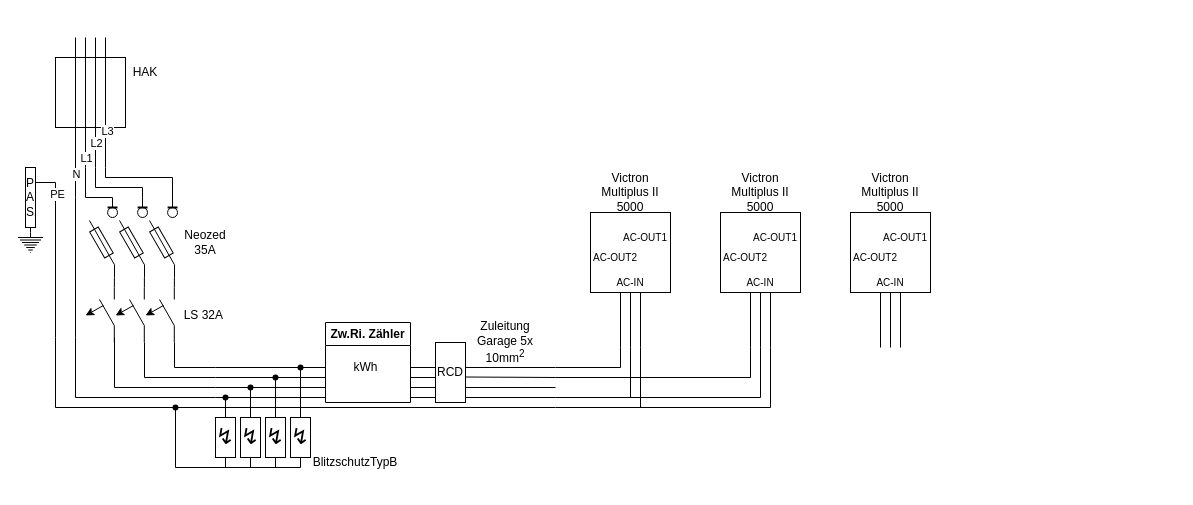
Before: PV_Schaltplan.drawio in Lostqw1/Funfun, a draw.io diagram. Source tidied: cells renumbered, new cells numbered last; positions are measured from the earlier drawing's top-left corner, leaving out a move shared by most shapes. Both pictures are drawn from the tidied source at 100%, with x=0, y=0 at pixel (17, 37).
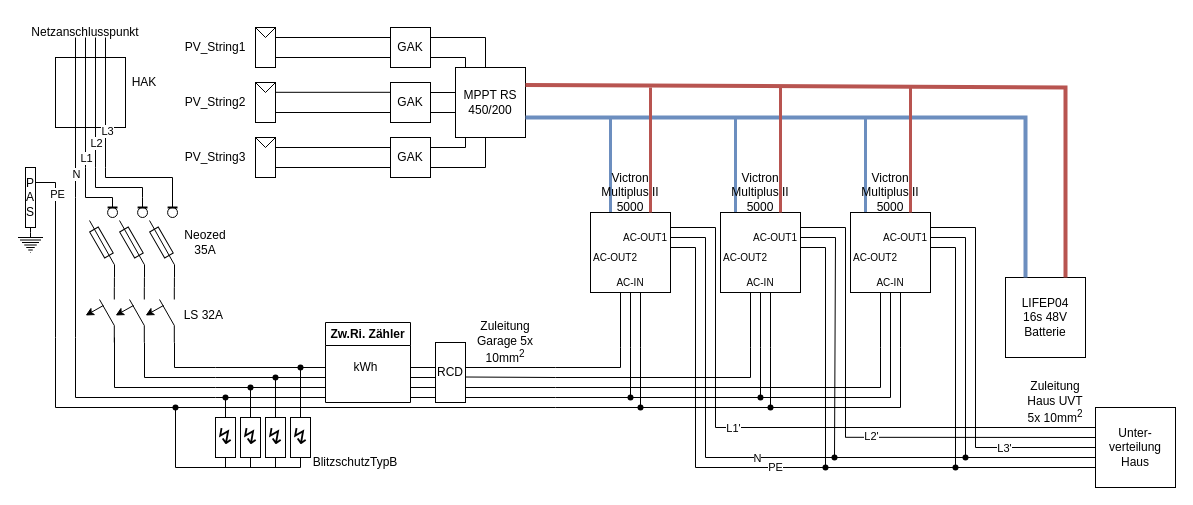
The same page after the edit.

Unchanged cells that the change refers to:
```xml
<mxCell id="116" style="whiteSpace=wrap;html=1;" parent="115" vertex="1">
  <mxGeometry x="5" y="35" width="80" height="80" as="geometry" />
</mxCell>
<mxCell id="135" style="group;" parent="134" vertex="1">
  <mxGeometry width="90" height="120" as="geometry" />
</mxCell>
<mxCell id="136" style="whiteSpace=wrap;html=1;" parent="135" vertex="1">
  <mxGeometry x="5" y="35" width="80" height="80" as="geometry" />
</mxCell>
```

Change to the diagram source:
```diff
@@
     <mxCell id="11" value="HAK" style="text;html=1;strokeColor=none;fillColor=none;align=center;verticalAlign=middle;whiteSpace=wrap;rounded=0;" parent="1" vertex="1">
-      <mxGeometry x="98" y="20" width="60" height="30" as="geometry" />
+      <mxGeometry x="97" y="30" width="60" height="30" as="geometry" />
     </mxCell>
@@
+    <mxCell id="144" style="endArrow=none;html=1;rounded=0;startArrow=none;" parent="1" edge="1" source="150">
+      <mxGeometry relative="1" as="geometry">
+        <mxPoint x="743" y="310" as="targetPoint" />
+        <Array as="points">
+          <mxPoint x="743" y="360" />
+        </Array>
+      </mxGeometry>
+    </mxCell>
+    <mxCell id="145" style="endArrow=none;html=1;rounded=0;" parent="1" edge="1">
+      <mxGeometry relative="1" as="geometry">
+        <mxPoint x="618" y="370" as="sourcePoint" />
+        <mxPoint x="753" y="310" as="targetPoint" />
+        <Array as="points">
+          <mxPoint x="753" y="370" />
+        </Array>
+      </mxGeometry>
+    </mxCell>
+    <mxCell id="146" style="endArrow=none;html=1;rounded=0;" parent="1" edge="1">
+      <mxGeometry relative="1" as="geometry">
+        <mxPoint x="538" y="350" as="sourcePoint" />
+        <mxPoint x="863" y="310" as="targetPoint" />
+        <Array as="points">
+          <mxPoint x="863" y="350" />
+        </Array>
+      </mxGeometry>
+    </mxCell>
+    <mxCell id="147" style="endArrow=none;html=1;rounded=0;startArrow=none;" parent="1" edge="1" source="153">
+      <mxGeometry relative="1" as="geometry">
+        <mxPoint x="873" y="300" as="targetPoint" />
+        <Array as="points">
+          <mxPoint x="873" y="360" />
+        </Array>
+      </mxGeometry>
+    </mxCell>
+    <mxCell id="148" style="endArrow=none;html=1;rounded=0;" parent="1" edge="1">
+      <mxGeometry relative="1" as="geometry">
+        <mxPoint x="748" y="370" as="sourcePoint" />
+        <mxPoint x="883" y="310" as="targetPoint" />
+        <Array as="points">
+          <mxPoint x="883" y="370" />
+        </Array>
+      </mxGeometry>
+    </mxCell>
+    <mxCell id="149" style="endArrow=none;html=1;rounded=0;" parent="1" edge="1" target="150">
+      <mxGeometry relative="1" as="geometry">
+        <mxPoint x="608" y="360" as="sourcePoint" />
+      </mxGeometry>
+    </mxCell>
+    <mxCell id="150" style="shape=waypoint;sketch=0;fillStyle=solid;size=6;points=[];fillColor=none;perimeter=centerPerimeter;snapToPoint=1;" parent="1" vertex="1">
+      <mxGeometry x="603" y="350" width="20" height="20" as="geometry" />
+    </mxCell>
+    <mxCell id="151" style="shape=waypoint;sketch=0;fillStyle=solid;size=6;fillColor=none;perimeter=centerPerimeter;" parent="1" vertex="1">
+      <mxGeometry x="613" y="360" width="20" height="20" as="geometry" />
+    </mxCell>
+    <mxCell id="152" style="endArrow=none;html=1;rounded=0;" parent="1" edge="1" target="153">
+      <mxGeometry relative="1" as="geometry">
+        <mxPoint x="738" y="360" as="sourcePoint" />
+      </mxGeometry>
+    </mxCell>
+    <mxCell id="153" style="shape=waypoint;sketch=0;fillStyle=solid;size=6;points=[];fillColor=none;perimeter=centerPerimeter;snapToPoint=1;" parent="1" vertex="1">
+      <mxGeometry x="733" y="350" width="20" height="20" as="geometry" />
+    </mxCell>
+    <mxCell id="154" style="shape=waypoint;sketch=0;fillStyle=solid;size=6;fillColor=none;perimeter=centerPerimeter;" parent="1" vertex="1">
+      <mxGeometry x="743" y="360" width="20" height="20" as="geometry" />
+    </mxCell>
+    <mxCell id="155" style="endArrow=none;html=1;rounded=0;" parent="1" edge="1">
+      <mxGeometry relative="1" as="geometry">
+        <mxPoint x="653" y="190" as="sourcePoint" />
+        <mxPoint x="698" y="390" as="targetPoint" />
+        <Array as="points">
+          <mxPoint x="698" y="190" />
+        </Array>
+      </mxGeometry>
+    </mxCell>
+    <mxCell id="156" style="endArrow=none;html=1;rounded=0;" parent="1" edge="1">
+      <mxGeometry relative="1" as="geometry">
+        <mxPoint x="653" y="200" as="sourcePoint" />
+        <mxPoint x="688" y="420" as="targetPoint" />
+        <Array as="points">
+          <mxPoint x="688" y="200" />
+        </Array>
+      </mxGeometry>
+    </mxCell>
+    <mxCell id="157" style="endArrow=none;html=1;rounded=0;" parent="1" edge="1">
+      <mxGeometry relative="1" as="geometry">
+        <mxPoint x="653" y="210" as="sourcePoint" />
+        <mxPoint x="678" y="430" as="targetPoint" />
+        <Array as="points">
+          <mxPoint x="678" y="210" />
+        </Array>
+      </mxGeometry>
+    </mxCell>
+    <mxCell id="158" style="endArrow=none;html=1;rounded=0;" parent="1" edge="1">
+      <mxGeometry relative="1" as="geometry">
+        <mxPoint x="783" y="190" as="sourcePoint" />
+        <mxPoint x="828" y="400" as="targetPoint" />
+        <Array as="points">
+          <mxPoint x="828" y="190" />
+        </Array>
+      </mxGeometry>
+    </mxCell>
+    <mxCell id="159" style="endArrow=none;html=1;rounded=0;" parent="1" edge="1">
+      <mxGeometry relative="1" as="geometry">
+        <mxPoint x="783" y="200" as="sourcePoint" />
+        <mxPoint x="817" y="420" as="targetPoint" />
+        <Array as="points">
+          <mxPoint x="818" y="200" />
+        </Array>
+      </mxGeometry>
+    </mxCell>
+    <mxCell id="160" style="endArrow=none;html=1;rounded=0;" parent="1" edge="1">
+      <mxGeometry relative="1" as="geometry">
+        <mxPoint x="783" y="210" as="sourcePoint" />
+        <mxPoint x="808" y="430" as="targetPoint" />
+        <Array as="points">
+          <mxPoint x="808" y="210" />
+        </Array>
+      </mxGeometry>
+    </mxCell>
+    <mxCell id="161" style="endArrow=none;html=1;rounded=0;" parent="1" edge="1">
+      <mxGeometry relative="1" as="geometry">
+        <mxPoint x="913" y="210" as="sourcePoint" />
+        <mxPoint x="938" y="430" as="targetPoint" />
+        <Array as="points">
+          <mxPoint x="938" y="210" />
+        </Array>
+      </mxGeometry>
+    </mxCell>
+    <mxCell id="162" style="endArrow=none;html=1;rounded=0;" parent="1" edge="1">
+      <mxGeometry relative="1" as="geometry">
+        <mxPoint x="913" y="200" as="sourcePoint" />
+        <mxPoint x="948" y="420" as="targetPoint" />
+        <Array as="points">
+          <mxPoint x="948" y="200" />
+        </Array>
+      </mxGeometry>
+    </mxCell>
+    <mxCell id="163" style="endArrow=none;html=1;rounded=0;" parent="1" edge="1">
+      <mxGeometry relative="1" as="geometry">
+        <mxPoint x="913" y="190" as="sourcePoint" />
+        <mxPoint x="958" y="410" as="targetPoint" />
+        <Array as="points">
+          <mxPoint x="958" y="190" />
+        </Array>
+      </mxGeometry>
+    </mxCell>
+    <mxCell id="164" style="endArrow=none;html=1;rounded=0;" parent="1" edge="1">
+      <mxGeometry relative="1" as="geometry">
+        <mxPoint x="1078" y="390" as="sourcePoint" />
+        <mxPoint x="698" y="390" as="targetPoint" />
+      </mxGeometry>
+    </mxCell>
+    <mxCell id="165" value="L1'" style="edgeLabel;html=1;align=center;verticalAlign=middle;" parent="164" vertex="1">
+      <mxGeometry x="0.91" relative="1" as="geometry" />
+    </mxCell>
+    <mxCell id="166" style="endArrow=none;html=1;rounded=0;" parent="1" edge="1">
+      <mxGeometry relative="1" as="geometry">
+        <mxPoint x="1078" y="400" as="sourcePoint" />
+        <mxPoint x="828" y="399.8" as="targetPoint" />
+      </mxGeometry>
+    </mxCell>
+    <mxCell id="167" value="L2'" style="edgeLabel;html=1;align=center;verticalAlign=middle;" parent="166" vertex="1">
+      <mxGeometry x="0.8" y="-1" relative="1" as="geometry" />
+    </mxCell>
+    <mxCell id="168" style="endArrow=none;html=1;rounded=0;" parent="1" edge="1">
+      <mxGeometry relative="1" as="geometry">
+        <mxPoint x="1078" y="410" as="sourcePoint" />
+        <mxPoint x="958" y="410" as="targetPoint" />
+      </mxGeometry>
+    </mxCell>
+    <mxCell id="169" value="L3'" style="edgeLabel;html=1;align=center;verticalAlign=middle;" parent="168" vertex="1">
+      <mxGeometry x="0.53" relative="1" as="geometry" />
+    </mxCell>
+    <mxCell id="170" style="endArrow=none;html=1;rounded=0;" parent="1" edge="1">
+      <mxGeometry relative="1" as="geometry">
+        <mxPoint x="1078" y="420" as="sourcePoint" />
+        <mxPoint x="688" y="420" as="targetPoint" />
+      </mxGeometry>
+    </mxCell>
+    <mxCell id="171" value="N" style="edgeLabel;html=1;align=center;verticalAlign=middle;" parent="170" vertex="1">
+      <mxGeometry x="0.74" relative="1" as="geometry" />
+    </mxCell>
+    <mxCell id="172" style="endArrow=none;html=1;rounded=0;startArrow=none;" parent="1" edge="1" source="177">
+      <mxGeometry relative="1" as="geometry">
+        <mxPoint x="678" y="430" as="targetPoint" />
+      </mxGeometry>
+    </mxCell>
+    <mxCell id="173" value="PE" style="edgeLabel;html=1;align=center;verticalAlign=middle;" parent="172" vertex="1">
+      <mxGeometry x="0.39" y="-1" relative="1" as="geometry" />
+    </mxCell>
+    <mxCell id="174" style="shape=waypoint;sketch=0;fillStyle=solid;size=6;fillColor=none;perimeter=centerPerimeter;" parent="1" vertex="1">
+      <mxGeometry x="798" y="420" width="20" height="20" as="geometry" />
+    </mxCell>
+    <mxCell id="175" style="shape=waypoint;sketch=0;fillStyle=solid;size=6;fillColor=none;perimeter=centerPerimeter;" parent="1" vertex="1">
+      <mxGeometry x="807" y="410" width="20" height="20" as="geometry" />
+    </mxCell>
+    <mxCell id="176" style="endArrow=none;html=1;rounded=0;" parent="1" edge="1" target="177">
+      <mxGeometry relative="1" as="geometry">
+        <mxPoint x="1078" y="430" as="sourcePoint" />
+      </mxGeometry>
+    </mxCell>
+    <mxCell id="177" style="shape=waypoint;sketch=0;fillStyle=solid;size=6;points=[];fillColor=none;perimeter=centerPerimeter;snapToPoint=1;" parent="1" vertex="1">
+      <mxGeometry x="928" y="420" width="20" height="20" as="geometry" />
+    </mxCell>
+    <mxCell id="178" style="shape=waypoint;sketch=0;fillStyle=solid;size=6;fillColor=none;perimeter=centerPerimeter;" parent="1" vertex="1">
+      <mxGeometry x="938" y="410" width="20" height="20" as="geometry" />
+    </mxCell>
+    <mxCell id="179" value="Zuleitung&lt;br&gt;Haus UVT 5x 10mm&lt;sup&gt;2&lt;/sup&gt;" style="text;html=1;strokeColor=none;fillColor=none;align=center;verticalAlign=middle;whiteSpace=wrap;rounded=0;" parent="1" vertex="1">
+      <mxGeometry x="1008" y="350" width="60" height="30" as="geometry" />
+    </mxCell>
+    <mxCell id="180" value="LIFEP04&lt;br&gt;16s 48V&lt;br&gt;Batterie" style="whiteSpace=wrap;html=1;" parent="1" vertex="1">
+      <mxGeometry x="988" y="240" width="80" height="80" as="geometry" />
+    </mxCell>
+    <mxCell id="181" value="GAK" style="whiteSpace=wrap;html=1;" parent="1" vertex="1">
+      <mxGeometry x="373" y="-10" width="40" height="40" as="geometry" />
+    </mxCell>
+    <mxCell id="182" value="GAK" style="whiteSpace=wrap;html=1;" parent="1" vertex="1">
+      <mxGeometry x="373" y="100" width="40" height="40" as="geometry" />
+    </mxCell>
+    <mxCell id="183" value="GAK" style="whiteSpace=wrap;html=1;" parent="1" vertex="1">
+      <mxGeometry x="373" y="45" width="40" height="40" as="geometry" />
+    </mxCell>
+    <mxCell id="184" value="MPPT RS 450/200" style="whiteSpace=wrap;html=1;" parent="1" vertex="1">
+      <mxGeometry x="438" y="30" width="70" height="70" as="geometry" />
+    </mxCell>
+    <mxCell id="185" style="endArrow=none;html=1;rounded=0;exitX=1;exitY=0.25;exitDx=0;exitDy=0;" parent="1" edge="1" source="183">
+      <mxGeometry relative="1" as="geometry">
+        <mxPoint x="438" y="55" as="targetPoint" />
+      </mxGeometry>
+    </mxCell>
+    <mxCell id="186" style="endArrow=none;html=1;rounded=0;exitX=1;exitY=0.75;exitDx=0;exitDy=0;" parent="1" edge="1" source="183">
+      <mxGeometry relative="1" as="geometry">
+        <mxPoint x="438" y="75" as="targetPoint" />
+      </mxGeometry>
+    </mxCell>
+    <mxCell id="187" style="endArrow=none;html=1;rounded=0;entryX=1;entryY=0.25;entryDx=0;entryDy=0;" parent="1" edge="1" target="182">
+      <mxGeometry relative="1" as="geometry">
+        <mxPoint x="448" y="100" as="sourcePoint" />
+        <Array as="points">
+          <mxPoint x="448" y="110" />
+        </Array>
+      </mxGeometry>
+    </mxCell>
+    <mxCell id="188" style="endArrow=none;html=1;rounded=0;entryX=1;entryY=0.25;entryDx=0;entryDy=0;" parent="1" edge="1">
+      <mxGeometry relative="1" as="geometry">
+        <mxPoint x="468" y="100" as="sourcePoint" />
+        <mxPoint x="413" y="130" as="targetPoint" />
+        <Array as="points">
+          <mxPoint x="468" y="130" />
+        </Array>
+      </mxGeometry>
+    </mxCell>
+    <mxCell id="189" style="endArrow=none;html=1;rounded=0;entryX=1;entryY=0.25;entryDx=0;entryDy=0;" parent="1" edge="1">
+      <mxGeometry relative="1" as="geometry">
+        <mxPoint x="468" y="30" as="sourcePoint" />
+        <mxPoint x="413" as="targetPoint" />
+        <Array as="points">
+          <mxPoint x="468" />
+        </Array>
+      </mxGeometry>
+    </mxCell>
+    <mxCell id="190" style="endArrow=none;html=1;rounded=0;entryX=1;entryY=0.25;entryDx=0;entryDy=0;exitX=0.143;exitY=0;exitDx=0;exitDy=0;exitPerimeter=0;" parent="1" edge="1" source="184">
+      <mxGeometry relative="1" as="geometry">
+        <mxPoint x="413" y="20" as="targetPoint" />
+        <Array as="points">
+          <mxPoint x="448" y="20" />
+        </Array>
+      </mxGeometry>
+    </mxCell>
+    <mxCell id="191" style="group;" parent="1" vertex="1">
+      <mxGeometry x="238" y="-10" width="20" height="40" as="geometry" />
+    </mxCell>
+    <mxCell id="192" style="rounded=0;whiteSpace=wrap;html=1;" parent="191" vertex="1">
+      <mxGeometry width="20" height="40" as="geometry" />
+    </mxCell>
+    <mxCell id="193" style="endArrow=none;html=1;rounded=0;entryX=0;entryY=0;entryDx=0;entryDy=0;" parent="191" edge="1" target="192">
+      <mxGeometry relative="1" as="geometry">
+        <mxPoint x="20" as="sourcePoint" />
+        <Array as="points">
+          <mxPoint x="10" y="10" />
+        </Array>
+      </mxGeometry>
+    </mxCell>
+    <mxCell id="194" style="group;" parent="1" vertex="1">
+      <mxGeometry x="238" y="45" width="20" height="40" as="geometry" />
+    </mxCell>
+    <mxCell id="195" style="rounded=0;whiteSpace=wrap;html=1;" parent="194" vertex="1">
+      <mxGeometry width="20" height="40" as="geometry" />
+    </mxCell>
+    <mxCell id="196" style="endArrow=none;html=1;rounded=0;entryX=0;entryY=0;entryDx=0;entryDy=0;" parent="194" edge="1" target="195">
+      <mxGeometry relative="1" as="geometry">
+        <mxPoint x="20" as="sourcePoint" />
+        <Array as="points">
+          <mxPoint x="10" y="10" />
+        </Array>
+      </mxGeometry>
+    </mxCell>
+    <mxCell id="197" style="group;" parent="1" vertex="1">
+      <mxGeometry x="238" y="100" width="20" height="40" as="geometry" />
+    </mxCell>
+    <mxCell id="198" style="rounded=0;whiteSpace=wrap;html=1;" parent="197" vertex="1">
+      <mxGeometry width="20" height="40" as="geometry" />
+    </mxCell>
+    <mxCell id="199" style="endArrow=none;html=1;rounded=0;entryX=0;entryY=0;entryDx=0;entryDy=0;" parent="197" edge="1" target="198">
+      <mxGeometry relative="1" as="geometry">
+        <mxPoint x="20" as="sourcePoint" />
+        <Array as="points">
+          <mxPoint x="10" y="10" />
+        </Array>
+      </mxGeometry>
+    </mxCell>
+    <mxCell id="200" style="endArrow=none;html=1;rounded=0;exitX=1;exitY=0.25;exitDx=0;exitDy=0;entryX=0;entryY=0.25;entryDx=0;entryDy=0;" parent="1" edge="1" source="198" target="182">
+      <mxGeometry relative="1" as="geometry" />
+    </mxCell>
+    <mxCell id="201" style="endArrow=none;html=1;rounded=0;exitX=1;exitY=0.25;exitDx=0;exitDy=0;entryX=0;entryY=0.25;entryDx=0;entryDy=0;" parent="1" edge="1">
+      <mxGeometry relative="1" as="geometry">
+        <mxPoint x="258" y="130" as="sourcePoint" />
+        <mxPoint x="373" y="130" as="targetPoint" />
+      </mxGeometry>
+    </mxCell>
+    <mxCell id="202" style="endArrow=none;html=1;rounded=0;exitX=1;exitY=0.25;exitDx=0;exitDy=0;entryX=0;entryY=0.25;entryDx=0;entryDy=0;" parent="1" edge="1">
+      <mxGeometry relative="1" as="geometry">
+        <mxPoint x="258" y="75" as="sourcePoint" />
+        <mxPoint x="373" y="75" as="targetPoint" />
+      </mxGeometry>
+    </mxCell>
+    <mxCell id="203" style="endArrow=none;html=1;rounded=0;exitX=1;exitY=0.25;exitDx=0;exitDy=0;entryX=0;entryY=0.25;entryDx=0;entryDy=0;" parent="1" edge="1">
+      <mxGeometry relative="1" as="geometry">
+        <mxPoint x="258" y="54.8" as="sourcePoint" />
+        <mxPoint x="373" y="54.8" as="targetPoint" />
+      </mxGeometry>
+    </mxCell>
+    <mxCell id="204" style="endArrow=none;html=1;rounded=0;exitX=1;exitY=0.25;exitDx=0;exitDy=0;entryX=0;entryY=0.25;entryDx=0;entryDy=0;" parent="1" edge="1">
+      <mxGeometry relative="1" as="geometry">
+        <mxPoint x="258" y="20" as="sourcePoint" />
+        <mxPoint x="373" y="20" as="targetPoint" />
+      </mxGeometry>
+    </mxCell>
+    <mxCell id="205" style="endArrow=none;html=1;rounded=0;exitX=1;exitY=0.25;exitDx=0;exitDy=0;entryX=0;entryY=0.25;entryDx=0;entryDy=0;" parent="1" edge="1">
+      <mxGeometry relative="1" as="geometry">
+        <mxPoint x="258" as="sourcePoint" />
+        <mxPoint x="373" as="targetPoint" />
+      </mxGeometry>
+    </mxCell>
+    <mxCell id="206" style="endArrow=none;html=1;rounded=0;exitX=1;exitY=0.25;exitDx=0;exitDy=0;entryX=0.75;entryY=0;entryDx=0;entryDy=0;fillColor=#f8cecc;strokeColor=#b85450;strokeWidth=4;" parent="1" edge="1" source="184" target="180">
+      <mxGeometry relative="1" as="geometry">
+        <Array as="points">
+          <mxPoint x="1048" y="50" />
+        </Array>
+      </mxGeometry>
+    </mxCell>
+    <mxCell id="207" style="endArrow=none;html=1;rounded=0;exitX=1;exitY=0.25;exitDx=0;exitDy=0;entryX=0.25;entryY=0;entryDx=0;entryDy=0;fillColor=#dae8fc;strokeColor=#6c8ebf;strokeWidth=4;" parent="1" edge="1" target="180">
+      <mxGeometry relative="1" as="geometry">
+        <mxPoint x="508" y="80" as="sourcePoint" />
+        <Array as="points">
+          <mxPoint x="1008" y="80" />
+        </Array>
+      </mxGeometry>
+    </mxCell>
+    <mxCell id="208" style="endArrow=none;html=1;rounded=0;exitX=0.25;exitY=0;exitDx=0;exitDy=0;strokeWidth=3;fillColor=#dae8fc;strokeColor=#6c8ebf;" parent="1" edge="1" source="116">
+      <mxGeometry relative="1" as="geometry">
+        <mxPoint x="593" y="80" as="targetPoint" />
+      </mxGeometry>
+    </mxCell>
+    <mxCell id="209" style="endArrow=none;html=1;rounded=0;exitX=0.25;exitY=0;exitDx=0;exitDy=0;strokeWidth=3;fillColor=#dae8fc;strokeColor=#6c8ebf;" parent="1" edge="1">
+      <mxGeometry relative="1" as="geometry">
+        <mxPoint x="718" y="175" as="sourcePoint" />
+        <mxPoint x="718" y="80" as="targetPoint" />
+      </mxGeometry>
+    </mxCell>
+    <mxCell id="210" style="endArrow=none;html=1;rounded=0;exitX=0.25;exitY=0;exitDx=0;exitDy=0;strokeWidth=3;fillColor=#dae8fc;strokeColor=#6c8ebf;" parent="1" edge="1">
+      <mxGeometry relative="1" as="geometry">
+        <mxPoint x="848" y="175" as="sourcePoint" />
+        <mxPoint x="848" y="80" as="targetPoint" />
+      </mxGeometry>
+    </mxCell>
@@
-    <mxCell id="137" value="Victron Multiplus II 5000" style="text;html=1;strokeColor=none;fillColor=none;align=center;verticalAlign=middle;whiteSpace=wrap;rounded=0;" parent="135" vertex="1">
-      <mxGeometry x="15" width="60" height="30" as="geometry" />
-    </mxCell>
@@
+    <mxCell id="137" value="Victron Multiplus II 5000" style="text;html=1;strokeColor=none;fillColor=none;align=center;verticalAlign=middle;whiteSpace=wrap;rounded=0;" parent="135" vertex="1">
+      <mxGeometry x="15" width="60" height="30" as="geometry" />
+    </mxCell>
@@
-    <mxCell id="144" style="endArrow=none;html=1;rounded=0;" parent="1" edge="1">
-      <mxGeometry relative="1" as="geometry">
-        <mxPoint x="608" y="360" as="sourcePoint" />
-        <mxPoint x="743" y="310" as="targetPoint" />
-        <Array as="points">
-          <mxPoint x="743" y="360" />
-        </Array>
-      </mxGeometry>
-    </mxCell>
-    <mxCell id="145" style="endArrow=none;html=1;rounded=0;" parent="1" edge="1">
-      <mxGeometry relative="1" as="geometry">
-        <mxPoint x="618" y="370" as="sourcePoint" />
-        <mxPoint x="753" y="310" as="targetPoint" />
-        <Array as="points">
-          <mxPoint x="753" y="370" />
-        </Array>
-      </mxGeometry>
-    </mxCell>
+    <mxCell id="211" value="Netzanschlusspunkt" style="text;html=1;strokeColor=none;fillColor=none;align=center;verticalAlign=middle;whiteSpace=wrap;rounded=0;" parent="1" vertex="1">
+      <mxGeometry x="38" y="-20" width="60" height="30" as="geometry" />
+    </mxCell>
+    <mxCell id="212" value="Unter-verteilung&lt;br&gt;Haus" style="whiteSpace=wrap;html=1;" parent="1" vertex="1">
+      <mxGeometry x="1078" y="370" width="80" height="80" as="geometry" />
+    </mxCell>
+    <mxCell id="213" value="PV_String1" style="text;html=1;strokeColor=none;fillColor=none;align=center;verticalAlign=middle;whiteSpace=wrap;rounded=0;" parent="1" vertex="1">
+      <mxGeometry x="168" y="-5" width="60" height="30" as="geometry" />
+    </mxCell>
+    <mxCell id="214" value="PV_String2" style="text;html=1;strokeColor=none;fillColor=none;align=center;verticalAlign=middle;whiteSpace=wrap;rounded=0;" parent="1" vertex="1">
+      <mxGeometry x="168" y="50" width="60" height="30" as="geometry" />
+    </mxCell>
+    <mxCell id="215" value="PV_String3" style="text;html=1;strokeColor=none;fillColor=none;align=center;verticalAlign=middle;whiteSpace=wrap;rounded=0;" parent="1" vertex="1">
+      <mxGeometry x="168" y="105" width="60" height="30" as="geometry" />
+    </mxCell>
+    <mxCell id="216" style="endArrow=none;html=1;rounded=0;entryX=0.75;entryY=0;entryDx=0;entryDy=0;fillColor=#f8cecc;strokeColor=#b85450;strokeWidth=3;" parent="1" edge="1" target="116">
+      <mxGeometry relative="1" as="geometry">
+        <mxPoint x="633" y="50" as="sourcePoint" />
+      </mxGeometry>
+    </mxCell>
+    <mxCell id="217" style="endArrow=none;html=1;rounded=0;entryX=0.75;entryY=0;entryDx=0;entryDy=0;fillColor=#f8cecc;strokeColor=#b85450;strokeWidth=3;" parent="1" edge="1">
+      <mxGeometry relative="1" as="geometry">
+        <mxPoint x="763" y="50" as="sourcePoint" />
+        <mxPoint x="763" y="175" as="targetPoint" />
+      </mxGeometry>
+    </mxCell>
+    <mxCell id="218" style="endArrow=none;html=1;rounded=0;entryX=0.75;entryY=0;entryDx=0;entryDy=0;fillColor=#f8cecc;strokeColor=#b85450;strokeWidth=3;" parent="1" edge="1" target="136">
+      <mxGeometry relative="1" as="geometry">
+        <mxPoint x="893" y="50" as="sourcePoint" />
+      </mxGeometry>
+    </mxCell>
```
